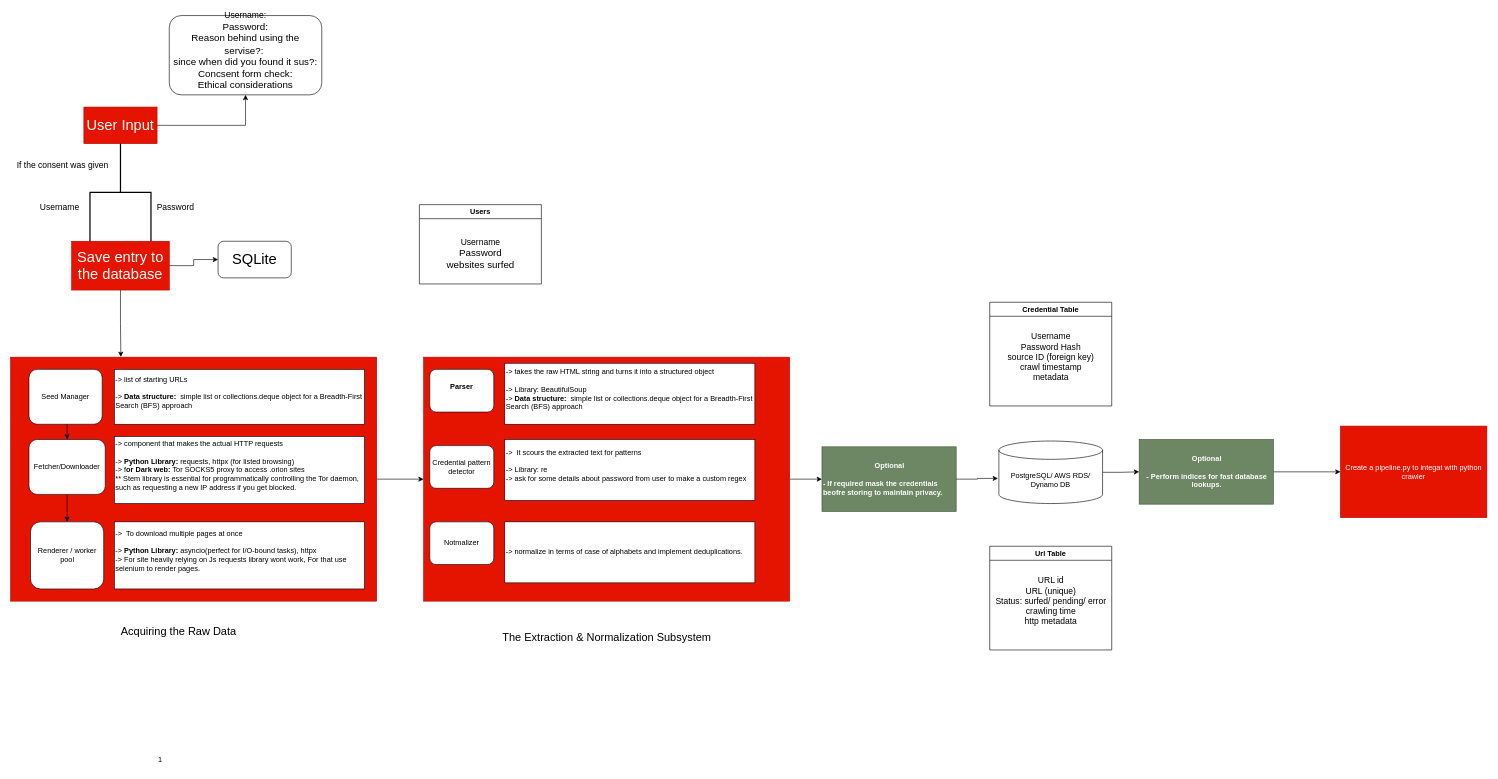
KATHAN-VYAS/CredScan keeps this draw.io diagram as system design.drawio. Above is the earlier version. Source tidied: cells renumbered, new cells numbered last; positions are measured from the earlier drawing's top-left corner, leaving out a move shared by most shapes. Both pictures are drawn from the tidied source at 61%, with x=0, y=0 at pixel (10, 15).
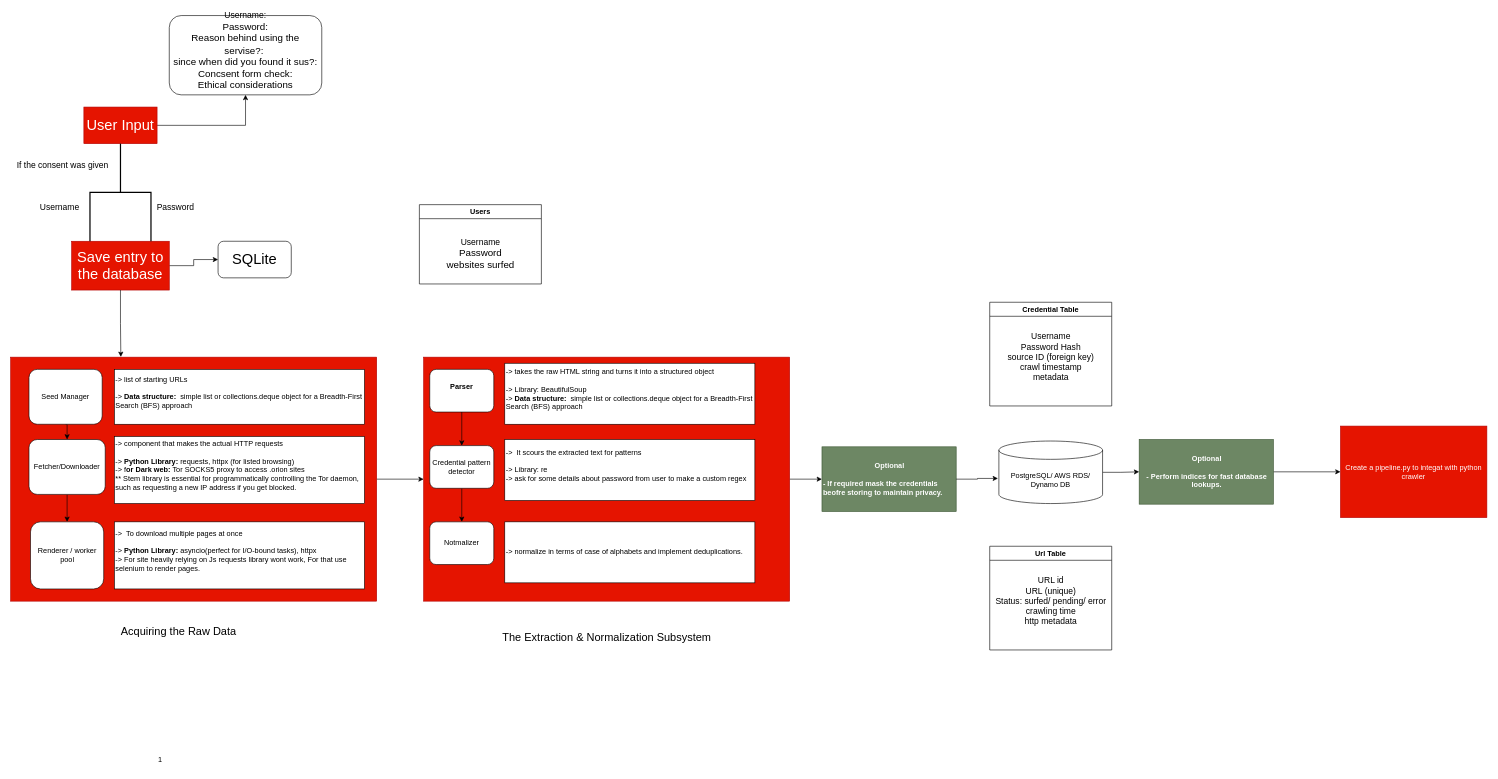
The same diagram, later.

The change refers to these unchanged cells:
```xml
<mxCell id="30" value="&#10;&lt;b&gt;Parser&lt;/b&gt; &#10;&#10;" style="rounded=1;whiteSpace=wrap;html=1;" parent="1" vertex="1">
  <mxGeometry x="687" y="580" width="105" height="70" as="geometry" />
</mxCell>
<mxCell id="32" value="Credential pattern detector" style="rounded=1;whiteSpace=wrap;html=1;" parent="1" vertex="1">
  <mxGeometry x="687" y="705" width="105" height="70" as="geometry" />
</mxCell>
<mxCell id="34" value="Notmalizer" style="rounded=1;whiteSpace=wrap;html=1;" parent="1" vertex="1">
  <mxGeometry x="687" y="830" width="105" height="70" as="geometry" />
</mxCell>
```

The edit, as a diff of the source:
```diff
@@
+    <mxCell id="47" style="edgeStyle=orthogonalEdgeStyle;rounded=0;jettySize=auto;html=1;" parent="1" edge="1" source="30" target="32">
+      <mxGeometry relative="1" as="geometry" />
+    </mxCell>
@@
+    <mxCell id="48" style="edgeStyle=orthogonalEdgeStyle;rounded=0;jettySize=auto;html=1;" parent="1" edge="1" source="32" target="34">
+      <mxGeometry relative="1" as="geometry" />
+    </mxCell>
```
